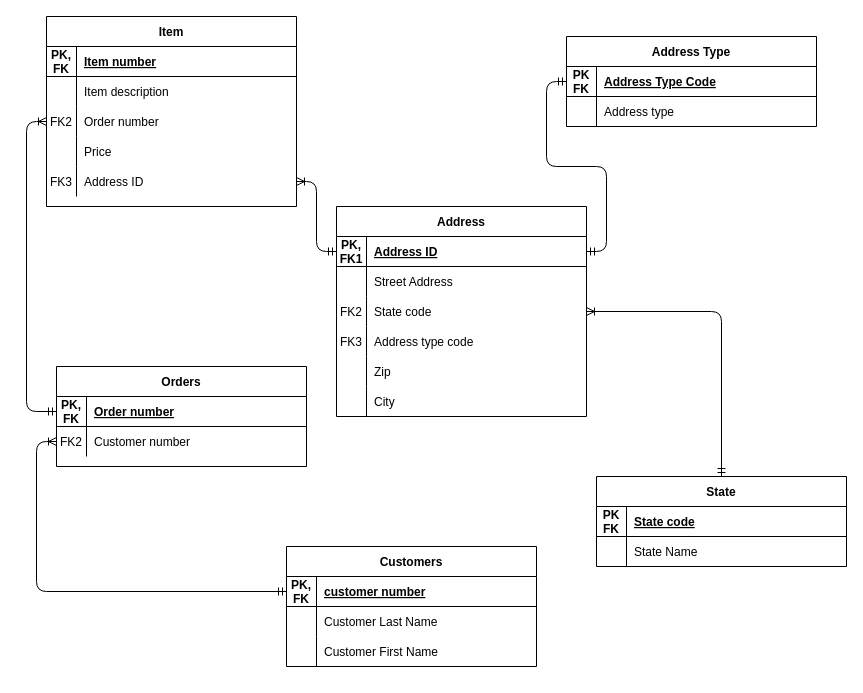
Before: Untitled Diagram.drawio in xyangwu22/msba2, a draw.io diagram. Source tidied: cells renumbered, new cells numbered last; positions are measured from the earlier drawing's top-left corner, leaving out a move shared by most shapes. Both pictures are drawn from the tidied source at 100%, with x=0, y=0 at pixel (46, 16).
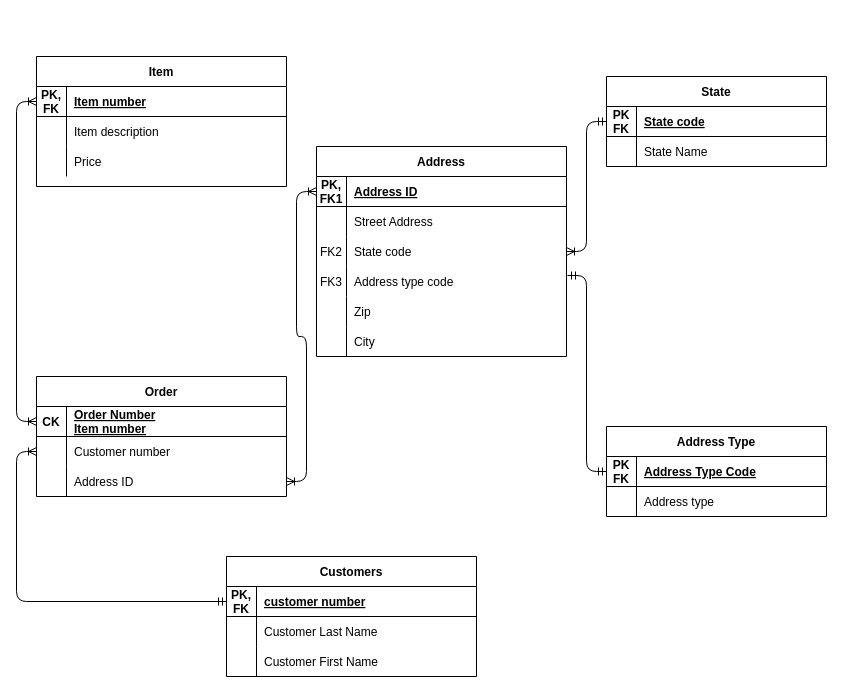
After the change.

The change refers to these unchanged cells:
```xml
<mxCell id="10" style="shape=partialRectangle;fillColor=none;points=[[0,0.5],[1,0.5]];portConstraint=eastwest;top=0;left=0;right=0;bottom=1;" parent="9" vertex="1">
  <mxGeometry y="30" width="250" height="30" as="geometry" />
</mxCell>
<mxCell id="16" style="shape=partialRectangle;fillColor=none;points=[[0,0.5],[1,0.5]];portConstraint=eastwest;top=0;left=0;right=0;bottom=0;" parent="9" vertex="1">
  <mxGeometry y="90" width="250" height="30" as="geometry" />
</mxCell>
<mxCell id="19" style="shape=partialRectangle;fillColor=none;points=[[0,0.5],[1,0.5]];portConstraint=eastwest;top=0;left=0;right=0;bottom=0;" parent="9" vertex="1">
  <mxGeometry y="120" width="250" height="30" as="geometry" />
</mxCell>
<mxCell id="46" style="shape=partialRectangle;fillColor=none;points=[[0,0.5],[1,0.5]];portConstraint=eastwest;top=0;left=0;right=0;bottom=1;" parent="45" vertex="1">
  <mxGeometry y="30" width="250" height="30" as="geometry" />
</mxCell>
```

Diff of the diagram source:
```diff
@@
-    <mxCell id="2" value="Orders" style="shape=table;startSize=30;childLayout=tableLayout;rowLines=0;fontStyle=1;align=center;" parent="1" vertex="1">
-      <mxGeometry x="10" y="350" width="250" height="100" as="geometry" />
-    </mxCell>
-    <mxCell id="3" style="shape=partialRectangle;fillColor=none;points=[[0,0.5],[1,0.5]];portConstraint=eastwest;top=0;left=0;right=0;bottom=1;" parent="2" vertex="1">
-      <mxGeometry y="30" width="250" height="30" as="geometry" />
-    </mxCell>
-    <mxCell id="4" value="PK,&#10;FK" style="shape=partialRectangle;overflow=hidden;fillColor=none;top=0;left=0;bottom=0;right=0;fontStyle=1;" parent="3" vertex="1">
-      <mxGeometry width="30" height="30" as="geometry" />
-    </mxCell>
-    <mxCell id="5" value="Order number" style="shape=partialRectangle;overflow=hidden;fillColor=none;top=0;left=0;bottom=0;right=0;align=left;spacingLeft=6;fontStyle=5;" parent="3" vertex="1">
-      <mxGeometry x="30" width="220" height="30" as="geometry" />
-    </mxCell>
-    <mxCell id="6" style="shape=partialRectangle;fillColor=none;points=[[0,0.5],[1,0.5]];portConstraint=eastwest;top=0;left=0;right=0;bottom=0;" parent="2" vertex="1">
-      <mxGeometry y="60" width="250" height="30" as="geometry" />
-    </mxCell>
-    <mxCell id="7" value="FK2" style="shape=partialRectangle;overflow=hidden;fillColor=none;top=0;left=0;bottom=0;right=0;" parent="6" vertex="1">
-      <mxGeometry width="30" height="30" as="geometry" />
-    </mxCell>
-    <mxCell id="8" value="Customer number" style="shape=partialRectangle;overflow=hidden;fillColor=none;top=0;left=0;bottom=0;right=0;align=left;spacingLeft=6;" parent="6" vertex="1">
-      <mxGeometry x="30" width="220" height="30" as="geometry" />
-    </mxCell>
     <mxCell id="9" value="Address" style="shape=table;startSize=30;childLayout=tableLayout;rowLines=0;fontStyle=1;align=center;" parent="1" vertex="1">
-      <mxGeometry x="290" y="190" width="250" height="210" as="geometry" />
+      <mxGeometry x="270" y="130" width="250" height="210" as="geometry" />
     </mxCell>
@@
     <mxCell id="28" value="Customers" style="shape=table;startSize=30;childLayout=tableLayout;rowLines=0;fontStyle=1;align=center;" parent="1" vertex="1">
-      <mxGeometry x="240" y="530" width="250" height="120" as="geometry" />
+      <mxGeometry x="180" y="540" width="250" height="120" as="geometry" />
     </mxCell>
@@
     <mxCell id="38" value="Address Type" style="shape=table;startSize=30;childLayout=tableLayout;rowLines=0;fontStyle=1;align=center;" parent="1" vertex="1">
-      <mxGeometry x="520" y="20" width="250" height="90" as="geometry" />
+      <mxGeometry x="560" y="410" width="220" height="90" as="geometry" />
     </mxCell>
     <mxCell id="39" style="shape=partialRectangle;fillColor=none;points=[[0,0.5],[1,0.5]];portConstraint=eastwest;top=0;left=0;right=0;bottom=1;" parent="38" vertex="1">
-      <mxGeometry y="30" width="250" height="30" as="geometry" />
+      <mxGeometry y="30" width="220" height="30" as="geometry" />
     </mxCell>
@@
     <mxCell id="41" value="Address Type Code" style="shape=partialRectangle;overflow=hidden;fillColor=none;top=0;left=0;bottom=0;right=0;align=left;spacingLeft=6;fontStyle=5;" parent="39" vertex="1">
-      <mxGeometry x="30" width="220" height="30" as="geometry" />
+      <mxGeometry x="30" width="190" height="30" as="geometry" />
     </mxCell>
     <mxCell id="42" style="shape=partialRectangle;fillColor=none;top=0;left=0;right=0;bottom=0;" parent="38" vertex="1">
-      <mxGeometry y="60" width="250" height="30" as="geometry" />
+      <mxGeometry y="60" width="220" height="30" as="geometry" />
     </mxCell>
@@
     <mxCell id="44" value="Address type" style="shape=partialRectangle;overflow=hidden;fillColor=none;top=0;left=0;bottom=0;right=0;align=left;spacingLeft=6;" parent="42" vertex="1">
-      <mxGeometry x="30" width="220" height="30" as="geometry" />
+      <mxGeometry x="30" width="190" height="30" as="geometry" />
     </mxCell>
     <mxCell id="45" value="Item" style="shape=table;startSize=30;childLayout=tableLayout;rowLines=0;fontStyle=1;align=center;swimlaneFillColor=#ffffff;" parent="1" vertex="1">
-      <mxGeometry width="250" height="190" as="geometry" />
+      <mxGeometry x="-10" y="40" width="250" height="130" as="geometry" />
     </mxCell>
@@
-    <mxCell id="52" style="shape=partialRectangle;fillColor=none;points=[[0,0.5],[1,0.5]];portConstraint=eastwest;top=0;left=0;right=0;bottom=0;" parent="45" vertex="1">
-      <mxGeometry y="90" width="250" height="30" as="geometry" />
-    </mxCell>
-    <mxCell id="53" value="FK2" style="shape=partialRectangle;overflow=hidden;fillColor=none;top=0;left=0;bottom=0;right=0;" parent="52" vertex="1">
-      <mxGeometry width="30" height="30" as="geometry" />
-    </mxCell>
-    <mxCell id="54" value="Order number" style="shape=partialRectangle;overflow=hidden;fillColor=none;top=0;left=0;bottom=0;right=0;align=left;spacingLeft=6;" parent="52" vertex="1">
-      <mxGeometry x="30" width="220" height="30" as="geometry" />
-    </mxCell>
     <mxCell id="55" style="shape=partialRectangle;fillColor=none;top=0;left=0;right=0;bottom=0;" parent="45" vertex="1">
-      <mxGeometry y="120" width="250" height="30" as="geometry" />
+      <mxGeometry y="90" width="250" height="30" as="geometry" />
     </mxCell>
@@
-    <mxCell id="58" style="shape=partialRectangle;fillColor=none;points=[[0,0.5],[1,0.5]];portConstraint=eastwest;top=0;left=0;right=0;bottom=0;" parent="45" vertex="1">
-      <mxGeometry y="150" width="250" height="30" as="geometry" />
-    </mxCell>
-    <mxCell id="59" value="FK3" style="shape=partialRectangle;overflow=hidden;fillColor=none;top=0;left=0;bottom=0;right=0;" parent="58" vertex="1">
-      <mxGeometry width="30" height="30" as="geometry" />
-    </mxCell>
-    <mxCell id="60" value="Address ID" style="shape=partialRectangle;overflow=hidden;fillColor=none;top=0;left=0;bottom=0;right=0;align=left;spacingLeft=6;" parent="58" vertex="1">
-      <mxGeometry x="30" width="220" height="30" as="geometry" />
-    </mxCell>
-    <mxCell id="61" style="edgeStyle=orthogonalEdgeStyle;rounded=1;sketch=0;jettySize=auto;html=1;startArrow=ERmandOne;startFill=0;endArrow=ERoneToMany;endFill=0;entryX=1;entryY=0.5;entryDx=0;entryDy=0;" parent="1" edge="1" source="62" target="16">
+    <mxCell id="61" style="edgeStyle=orthogonalEdgeStyle;rounded=1;sketch=0;jettySize=auto;html=1;startArrow=ERmandOne;startFill=0;endArrow=ERoneToMany;endFill=0;entryX=1;entryY=0.5;entryDx=0;entryDy=0;exitX=0;exitY=0.5;exitDx=0;exitDy=0;" parent="1" edge="1" source="63" target="16">
       <mxGeometry relative="1" as="geometry" />
     </mxCell>
     <mxCell id="62" value="State" style="shape=table;startSize=30;childLayout=tableLayout;rowLines=0;fontStyle=1;align=center;" parent="1" vertex="1">
-      <mxGeometry x="550" y="460" width="250" height="90" as="geometry" />
+      <mxGeometry x="560" y="60" width="220" height="90" as="geometry" />
     </mxCell>
     <mxCell id="63" style="shape=partialRectangle;fillColor=none;points=[[0,0.5],[1,0.5]];portConstraint=eastwest;top=0;left=0;right=0;bottom=1;" parent="62" vertex="1">
-      <mxGeometry y="30" width="250" height="30" as="geometry" />
+      <mxGeometry y="30" width="220" height="30" as="geometry" />
     </mxCell>
@@
     <mxCell id="65" value="State code" style="shape=partialRectangle;overflow=hidden;fillColor=none;top=0;left=0;bottom=0;right=0;align=left;spacingLeft=6;fontStyle=5;" parent="63" vertex="1">
-      <mxGeometry x="30" width="220" height="30" as="geometry" />
+      <mxGeometry x="30" width="190" height="30" as="geometry" />
     </mxCell>
     <mxCell id="66" style="shape=partialRectangle;fillColor=none;top=0;left=0;right=0;bottom=0;" parent="62" vertex="1">
-      <mxGeometry y="60" width="250" height="30" as="geometry" />
+      <mxGeometry y="60" width="220" height="30" as="geometry" />
     </mxCell>
@@
     <mxCell id="68" value="State Name" style="shape=partialRectangle;overflow=hidden;fillColor=none;top=0;left=0;bottom=0;right=0;align=left;spacingLeft=6;" parent="66" vertex="1">
-      <mxGeometry x="30" width="220" height="30" as="geometry" />
+      <mxGeometry x="30" width="190" height="30" as="geometry" />
     </mxCell>
-    <mxCell id="69" style="edgeStyle=orthogonalEdgeStyle;rounded=1;sketch=0;jettySize=auto;html=1;endArrow=ERmandOne;endFill=0;entryX=0;entryY=0.5;entryDx=0;entryDy=0;startArrow=ERmandOne;startFill=0;" parent="1" edge="1" source="10" target="39">
+    <mxCell id="69" style="edgeStyle=orthogonalEdgeStyle;rounded=1;sketch=0;jettySize=auto;html=1;endArrow=ERmandOne;endFill=0;entryX=0;entryY=0.5;entryDx=0;entryDy=0;startArrow=ERmandOne;startFill=0;exitX=1.004;exitY=0.3;exitDx=0;exitDy=0;exitPerimeter=0;" parent="1" edge="1" source="19" target="39">
       <mxGeometry relative="1" as="geometry" />
     </mxCell>
-    <mxCell id="70" style="edgeStyle=orthogonalEdgeStyle;rounded=1;sketch=0;jettySize=auto;html=1;startArrow=ERoneToMany;startFill=0;endArrow=ERmandOne;endFill=0;entryX=0;entryY=0.5;entryDx=0;entryDy=0;exitX=1;exitY=0.5;exitDx=0;exitDy=0;" parent="1" edge="1" source="58" target="10">
-      <mxGeometry relative="1" as="geometry" />
-    </mxCell>
-    <mxCell id="71" style="edgeStyle=orthogonalEdgeStyle;rounded=1;sketch=0;jettySize=auto;html=1;exitX=0;exitY=0.5;exitDx=0;exitDy=0;entryX=0;entryY=0.5;entryDx=0;entryDy=0;startArrow=ERoneToMany;startFill=0;endArrow=ERmandOne;endFill=0;" parent="1" edge="1" source="52" target="3">
-      <mxGeometry relative="1" as="geometry" />
-    </mxCell>
+    <mxCell id="73" value="Order" style="shape=table;startSize=30;childLayout=tableLayout;rowLines=0;fontStyle=1;align=center;" parent="1" vertex="1">
+      <mxGeometry x="-10" y="360" width="250" height="120" as="geometry" />
+    </mxCell>
+    <mxCell id="3" style="shape=partialRectangle;fillColor=none;points=[[0,0.5],[1,0.5]];portConstraint=eastwest;top=0;left=0;right=0;bottom=1;" parent="73" vertex="1">
+      <mxGeometry y="30" width="250" height="30" as="geometry" />
+    </mxCell>
+    <mxCell id="74" value="CK" style="shape=partialRectangle;overflow=hidden;fillColor=none;top=0;left=0;bottom=0;right=0;fontStyle=1;" parent="3" vertex="1">
+      <mxGeometry width="30" height="30" as="geometry" />
+    </mxCell>
+    <mxCell id="75" value="Order Number&#10;Item number" style="shape=partialRectangle;overflow=hidden;fillColor=none;top=0;left=0;bottom=0;right=0;align=left;spacingLeft=6;fontStyle=5;" parent="3" vertex="1">
+      <mxGeometry x="30" width="220" height="30" as="geometry" />
+    </mxCell>
+    <mxCell id="6" style="shape=partialRectangle;fillColor=none;points=[[0,0.5],[1,0.5]];portConstraint=eastwest;top=0;left=0;right=0;bottom=0;" parent="73" vertex="1">
+      <mxGeometry y="60" width="250" height="30" as="geometry" />
+    </mxCell>
+    <mxCell id="76" style="shape=partialRectangle;overflow=hidden;fillColor=none;top=0;left=0;bottom=0;right=0;" parent="6" vertex="1">
+      <mxGeometry width="30" height="30" as="geometry" />
+    </mxCell>
+    <mxCell id="8" value="Customer number" style="shape=partialRectangle;overflow=hidden;fillColor=none;top=0;left=0;bottom=0;right=0;align=left;spacingLeft=6;" parent="6" vertex="1">
+      <mxGeometry x="30" width="220" height="30" as="geometry" />
+    </mxCell>
+    <mxCell id="52" style="shape=partialRectangle;fillColor=none;points=[[0,0.5],[1,0.5]];portConstraint=eastwest;top=0;left=0;right=0;bottom=0;" parent="73" vertex="1">
+      <mxGeometry y="90" width="250" height="30" as="geometry" />
+    </mxCell>
+    <mxCell id="77" style="shape=partialRectangle;overflow=hidden;fillColor=none;top=0;left=0;bottom=0;right=0;" parent="52" vertex="1">
+      <mxGeometry width="30" height="30" as="geometry" />
+    </mxCell>
+    <mxCell id="60" value="Address ID" style="shape=partialRectangle;overflow=hidden;fillColor=none;top=0;left=0;bottom=0;right=0;align=left;spacingLeft=6;" parent="52" vertex="1">
+      <mxGeometry x="30" width="220" height="30" as="geometry" />
+    </mxCell>
+    <mxCell id="78" style="edgeStyle=orthogonalEdgeStyle;rounded=1;sketch=0;jettySize=auto;html=1;exitX=0;exitY=0.5;exitDx=0;exitDy=0;startArrow=ERoneToMany;startFill=0;endArrow=ERoneToMany;endFill=0;entryX=0;entryY=0.5;entryDx=0;entryDy=0;" parent="1" edge="1" source="3" target="46">
+      <mxGeometry relative="1" as="geometry" />
+    </mxCell>
+    <mxCell id="79" style="edgeStyle=orthogonalEdgeStyle;rounded=1;sketch=0;jettySize=auto;html=1;exitX=1;exitY=0.5;exitDx=0;exitDy=0;entryX=0;entryY=0.5;entryDx=0;entryDy=0;startArrow=ERoneToMany;startFill=0;endArrow=ERoneToMany;endFill=0;" parent="1" edge="1" source="52" target="10">
+      <mxGeometry relative="1" as="geometry" />
+    </mxCell>
```
